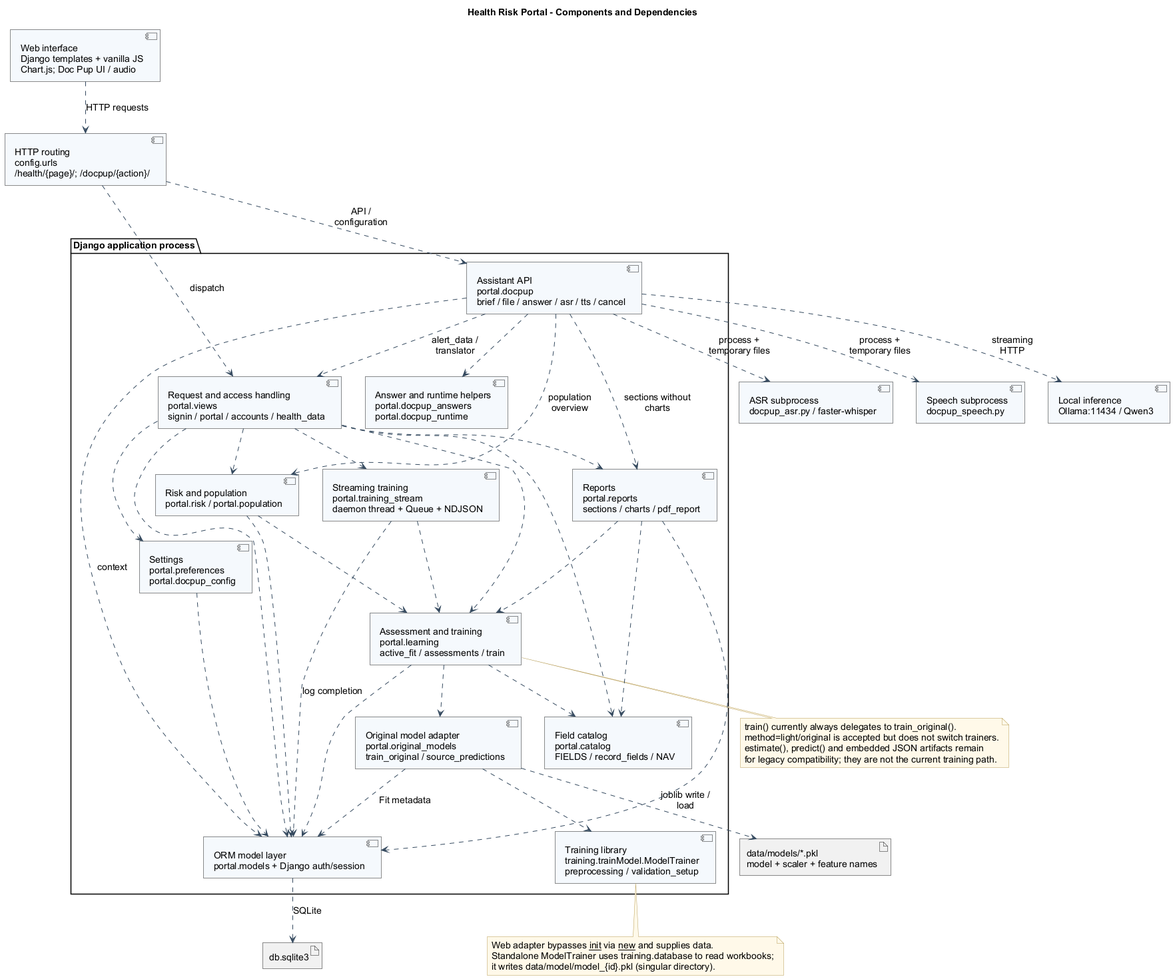
This is docs/png/02-components.png from ed0ard/Health-Risk-Portal-Prototype, a PlantUML export, as it was before one commit. Its diagram source:
```plantuml
@startuml
!include style.puml
title Health Risk Portal - Components and Dependencies
top to bottom direction
component "Web interface\nDjango templates + vanilla JS\nChart.js; Doc Pup UI / audio" as UI
component "HTTP routing\nconfig.urls\n/health/{page}/; /docpup/{action}/" as Routes
package "Django application process" {
  component "Request and access handling\nportal.views\nsignin / portal / accounts / health_data" as Views
  component "Settings\nportal.preferences\nportal.docpup_config" as Settings
  component "Assessment and training\nportal.learning\nactive_fit / assessments / train" as Learning
  component "Streaming training\nportal.training_stream\ndaemon thread + Queue + NDJSON" as Stream
  component "Original model adapter\nportal.original_models\ntrain_original / source_predictions" as Original
  component "Training library\ntraining.trainModel.ModelTrainer\npreprocessing / validation_setup" as Trainer
  component "Reports\nportal.reports\nsections / charts / pdf_report" as Reports
  component "Risk and population\nportal.risk / portal.population" as Risk
  component "Assistant API\nportal.docpup\nbrief / file / answer / asr / tts / cancel" as Pup
  component "Answer and runtime helpers\nportal.docpup_answers\nportal.docpup_runtime" as Helpers
  component "ORM model layer\nportal.models + Django auth/session" as ORM
  component "Field catalog\nportal.catalog\nFIELDS / record_fields / NAV" as Catalog
}
component "Local inference\nOllama:11434 / Qwen3" as Ollama
component "ASR subprocess\ndocpup_asr.py / faster-whisper" as ASR
component "Speech subprocess\ndocpup_speech.py" as TTS
artifact "db.sqlite3" as DB
artifact "data/models/*.pkl\nmodel + scaler + feature names" as Models
UI ..> Routes : HTTP requests
Routes ..> Views : dispatch
Routes ..> Pup : API / configuration
Views ..> Settings
Views ..> Learning
Views ..> Stream
Views ..> Reports
Views ..> Risk
Views ..> ORM
Views ..> Catalog
Stream ..> Learning
Stream ..> ORM : log completion
Learning ..> Original
Learning ..> ORM
Learning ..> Catalog
Original ..> Trainer
Original ..> Models : joblib write / load
Original ..> ORM : Fit metadata
Reports ..> Learning
Reports ..> ORM
Reports ..> Catalog
Risk ..> Learning
Risk ..> ORM
Settings ..> ORM
Pup ..> Views : alert_data / translator
Pup ..> Reports : sections without charts
Pup ..> Risk : population overview
Pup ..> ORM : context
Pup ..> Helpers
Pup ..> Ollama : streaming HTTP
Pup ..> ASR : process + temporary files
Pup ..> TTS : process + temporary files
ORM ..> DB : SQLite
note bottom of Learning
  train() currently always delegates to train_original().
  method=light/original is accepted but does not switch trainers.
  estimate(), predict() and embedded JSON artifacts remain
  for legacy compatibility; they are not the current training path.
end note
note bottom of Trainer
  Web adapter bypasses __init__ via __new__ and supplies data.
  Standalone ModelTrainer uses training.database to read workbooks;
  it writes data/model/model_{id}.pkl (singular directory).
end note
@enduml
```
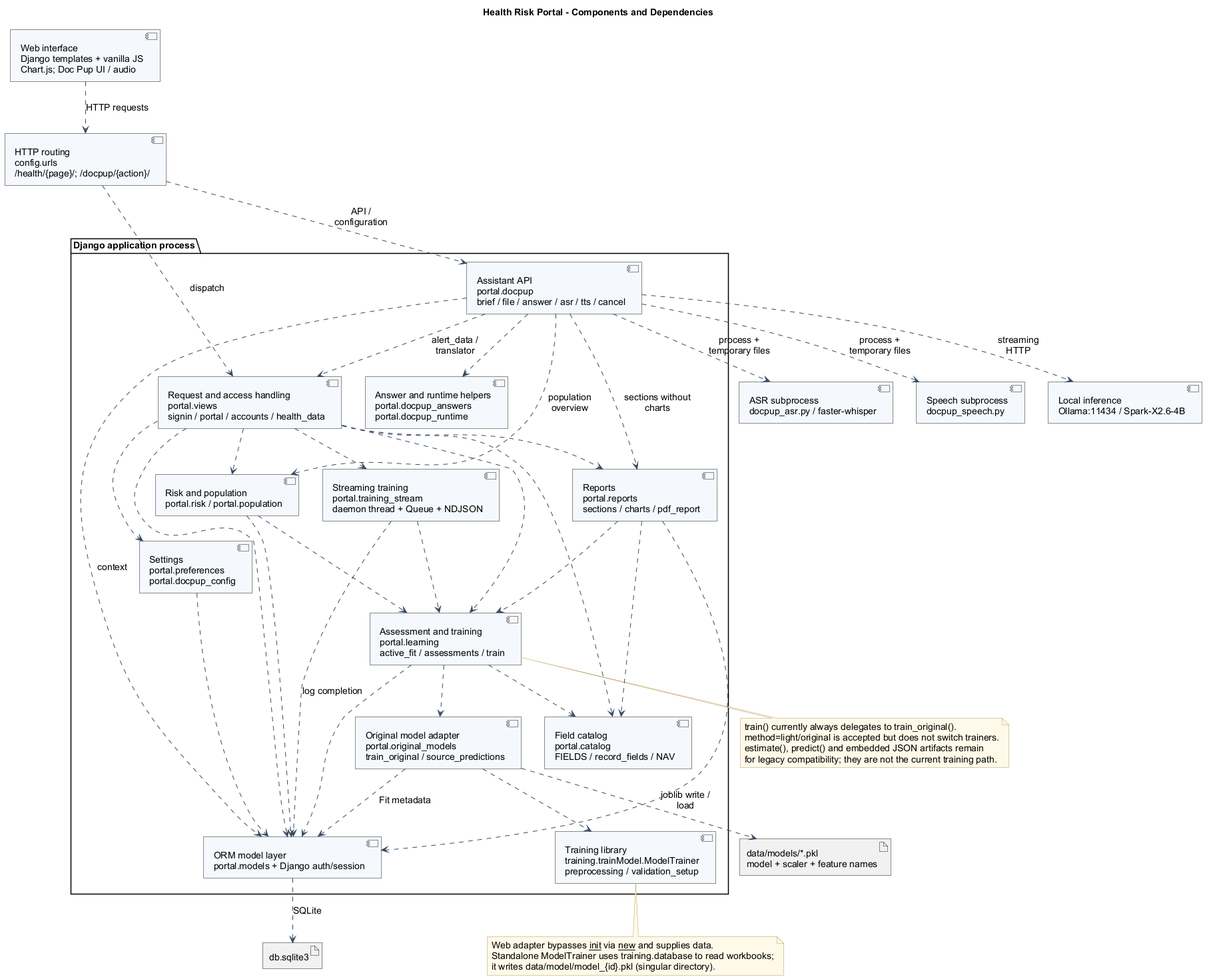
The same file after the commit.

Diff of the diagram source:
```diff
@@ -18,7 +18,7 @@
   component "ORM model layer\nportal.models + Django auth/session" as ORM
   component "Field catalog\nportal.catalog\nFIELDS / record_fields / NAV" as Catalog
 }
-component "Local inference\nOllama:11434 / Qwen3" as Ollama
+component "Local inference\nOllama:11434 / Spark-X2.6-4B" as Ollama
 component "ASR subprocess\ndocpup_asr.py / faster-whisper" as ASR
 component "Speech subprocess\ndocpup_speech.py" as TTS
 artifact "db.sqlite3" as DB
```
